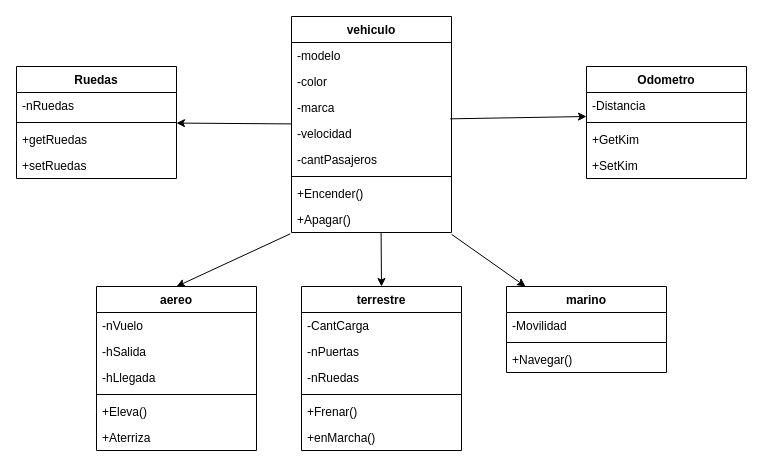
The draw.io diagram ejercicio3.drawio in nlagos1/ejercicios_modelado, before the edit. Source tidied: cells renumbered, new cells numbered last; positions are measured from the earlier drawing's top-left corner, leaving out a move shared by most shapes. Both pictures are drawn from the tidied source at 100%, with x=0, y=0 at pixel (16, 16).
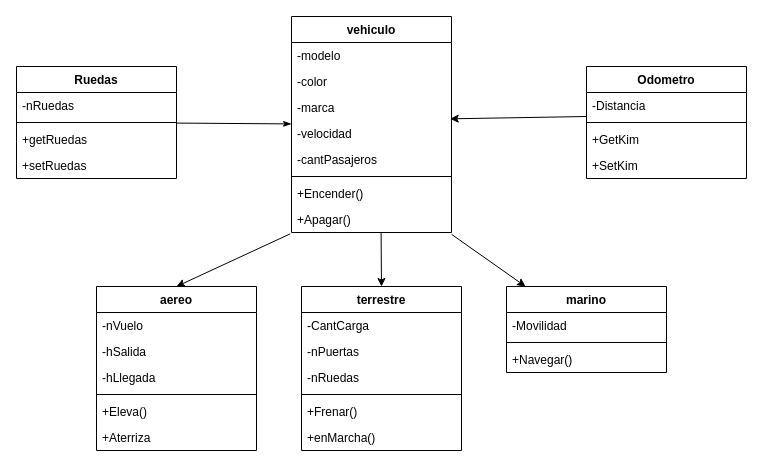
The same page after the edit.

Unchanged cells that the change refers to:
```xml
<mxCell id="12" value="vehiculo" style="swimlane;fontStyle=1;align=center;verticalAlign=top;horizontal=1;startSize=26;" parent="1" vertex="1">
  <mxGeometry x="275" width="160" height="216" as="geometry" />
</mxCell>
<mxCell id="15" value="-marca" style="text;strokeColor=none;fillColor=none;align=left;verticalAlign=top;spacingLeft=4;spacingRight=4;overflow=hidden;points=[[0,0.5],[1,0.5]];portConstraint=eastwest;" parent="12" vertex="1">
  <mxGeometry y="78" width="160" height="26" as="geometry" />
</mxCell>
<mxCell id="33" value="Ruedas" style="swimlane;fontStyle=1;align=center;verticalAlign=top;horizontal=1;startSize=26;" parent="1" vertex="1">
  <mxGeometry y="50" width="160" height="112" as="geometry" />
</mxCell>
<mxCell id="39" value="-Distancia" style="text;strokeColor=none;fillColor=none;align=left;verticalAlign=top;spacingLeft=4;spacingRight=4;overflow=hidden;points=[[0,0.5],[1,0.5]];portConstraint=eastwest;" parent="38" vertex="1">
  <mxGeometry y="26" width="160" height="26" as="geometry" />
</mxCell>
```

Diff of the diagram source:
```diff
@@
-    <mxCell id="11" style="edgeStyle=none;html=1;" parent="1" edge="1" source="12" target="33">
+    <mxCell id="11" style="edgeStyle=none;html=1;startArrow=classicThin;startFill=1;endArrow=none;endFill=0;" parent="1" edge="1" source="12" target="33">
       <mxGeometry relative="1" as="geometry" />
     </mxCell>
@@
-    <mxCell id="43" style="edgeStyle=none;html=1;exitX=0.992;exitY=0.936;exitDx=0;exitDy=0;exitPerimeter=0;entryX=0;entryY=0.923;entryDx=0;entryDy=0;entryPerimeter=0;" parent="1" edge="1" source="15" target="39">
+    <mxCell id="43" style="edgeStyle=none;html=1;exitX=0.992;exitY=0.936;exitDx=0;exitDy=0;exitPerimeter=0;entryX=0;entryY=0.923;entryDx=0;entryDy=0;entryPerimeter=0;startArrow=classic;startFill=1;endArrow=none;endFill=0;" parent="1" edge="1" source="15" target="39">
       <mxGeometry relative="1" as="geometry" />
     </mxCell>
```
